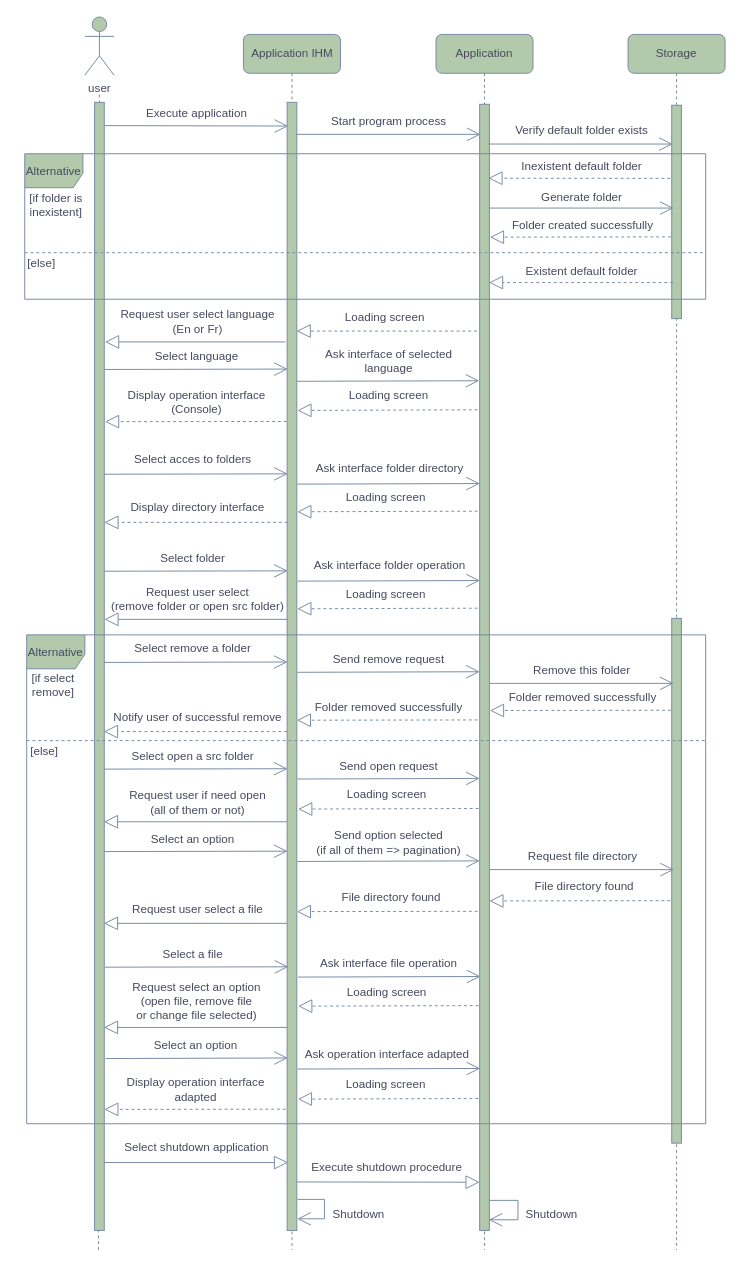
Above: page "Page-1" (1 of 3) of consult diagram.drawio in Weicheng178/UML (draw.io), before the change. Source tidied: cells renumbered, new cells numbered last; positions are measured from the earlier drawing's top-left corner, leaving out a move shared by most shapes. Both pictures are drawn from the tidied source at 97%, with x=0, y=0 at pixel (16, 16).
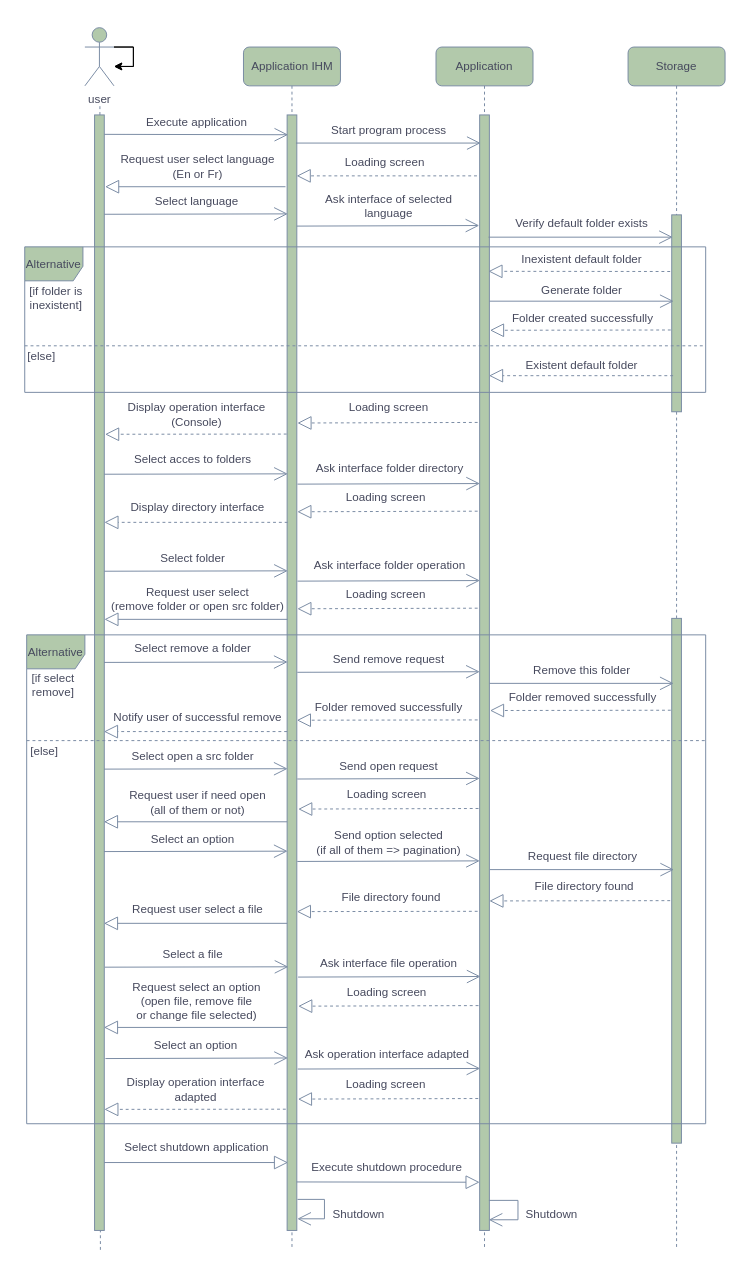
The same page after the edit.

What changed in the source:
```diff
@@
     <mxCell id="2" style="endArrow=none;dashed=1;html=1;rounded=1;strokeColor=#788AA3;fontColor=#46495D;" parent="1" edge="1">
       <mxGeometry relative="1" as="geometry">
-        <mxPoint x="84" y="1271" as="sourcePoint" />
-        <mxPoint x="85" y="78" as="targetPoint" />
+        <mxPoint x="86" y="1271" as="sourcePoint" />
+        <mxPoint x="85.5" y="91" as="targetPoint" />
       </mxGeometry>
     </mxCell>
     <mxCell id="3" value="&lt;span style=&quot;&quot;&gt;Application IHM&lt;/span&gt;" style="shape=umlLifeline;perimeter=lifelinePerimeter;whiteSpace=wrap;html=1;rounded=1;fillColor=#B2C9AB;strokeColor=#788AA3;fontColor=#46495D;" parent="1" vertex="1">
-      <mxGeometry x="233.5" y="18" width="100" height="1253" as="geometry" />
+      <mxGeometry x="233.5" y="31" width="100" height="1240" as="geometry" />
     </mxCell>
     <mxCell id="4" value="user" style="shape=umlActor;verticalLabelPosition=bottom;verticalAlign=top;html=1;rounded=1;fillColor=#B2C9AB;strokeColor=#788AA3;fontColor=#46495D;" parent="1" vertex="1">
-      <mxGeometry x="70" width="30" height="60" as="geometry" />
+      <mxGeometry x="70" y="11" width="30" height="60" as="geometry" />
     </mxCell>
     <mxCell id="5" value="&lt;span style=&quot;&quot;&gt;Application&lt;/span&gt;" style="shape=umlLifeline;perimeter=lifelinePerimeter;whiteSpace=wrap;html=1;rounded=1;fillColor=#B2C9AB;strokeColor=#788AA3;fontColor=#46495D;" parent="1" vertex="1">
-      <mxGeometry x="432" y="18" width="100" height="1253" as="geometry" />
+      <mxGeometry x="432" y="31" width="100" height="1240" as="geometry" />
     </mxCell>
     <mxCell id="6" value="&lt;span style=&quot;&quot;&gt;Storage&lt;/span&gt;" style="shape=umlLifeline;perimeter=lifelinePerimeter;whiteSpace=wrap;html=1;rounded=1;fillColor=#B2C9AB;strokeColor=#788AA3;fontColor=#46495D;" parent="1" vertex="1">
-      <mxGeometry x="630" y="18" width="100" height="1253" as="geometry" />
+      <mxGeometry x="630" y="31" width="100" height="1240" as="geometry" />
     </mxCell>
     <mxCell id="7" style="html=1;perimeter=orthogonalPerimeter;rounded=0;glass=0;labelBackgroundColor=none;fillStyle=auto;fillColor=#B2C9AB;strokeColor=#788AA3;fontColor=#46495D;" parent="1" vertex="1">
-      <mxGeometry x="80" y="88" width="10" height="1163" as="geometry" />
+      <mxGeometry x="80" y="101" width="10" height="1150" as="geometry" />
     </mxCell>
     <mxCell id="8" style="html=1;points=[];perimeter=orthogonalPerimeter;rounded=0;glass=0;labelBackgroundColor=none;fillStyle=auto;fillColor=#B2C9AB;strokeColor=#788AA3;fontColor=#46495D;" parent="1" vertex="1">
-      <mxGeometry x="278.5" y="88" width="10" height="1163" as="geometry" />
+      <mxGeometry x="278.5" y="101" width="10" height="1150" as="geometry" />
     </mxCell>
     <mxCell id="9" style="html=1;perimeter=orthogonalPerimeter;rounded=0;glass=0;labelBackgroundColor=none;fillStyle=auto;fillColor=#B2C9AB;strokeColor=#788AA3;fontColor=#46495D;" parent="1" vertex="1">
-      <mxGeometry x="477" y="90" width="10" height="1161" as="geometry" />
+      <mxGeometry x="477" y="101" width="10" height="1150" as="geometry" />
     </mxCell>
     <mxCell id="10" style="html=1;perimeter=orthogonalPerimeter;rounded=0;glass=0;labelBackgroundColor=none;fillStyle=auto;fillColor=#B2C9AB;strokeColor=#788AA3;fontColor=#46495D;" parent="1" vertex="1">
-      <mxGeometry x="675" y="91" width="10" height="220" as="geometry" />
+      <mxGeometry x="675" y="204" width="10" height="203" as="geometry" />
     </mxCell>
@@
     <mxCell id="20" style="endArrow=block;dashed=1;endFill=0;endSize=12;html=1;rounded=1;exitX=-0.161;exitY=0.058;exitDx=0;exitDy=0;exitPerimeter=0;strokeColor=#788AA3;fontColor=#46495D;" parent="1" edge="1">
       <mxGeometry relative="1" as="geometry">
-        <mxPoint x="673.4" y="166.4" as="sourcePoint" />
-        <mxPoint x="486" y="166.2" as="targetPoint" />
+        <mxPoint x="673.4" y="262.4" as="sourcePoint" />
+        <mxPoint x="486" y="262.2" as="targetPoint" />
       </mxGeometry>
     </mxCell>
     <mxCell id="21" style="endArrow=block;dashed=1;endFill=0;endSize=12;html=1;rounded=1;strokeColor=#788AA3;fontColor=#46495D;" parent="1" edge="1">
       <mxGeometry relative="1" as="geometry">
-        <mxPoint x="474.2" y="323.8" as="sourcePoint" />
-        <mxPoint x="288.3" y="323.8" as="targetPoint" />
+        <mxPoint x="474.2" y="163.8" as="sourcePoint" />
+        <mxPoint x="288.3" y="163.8" as="targetPoint" />
       </mxGeometry>
     </mxCell>
     <mxCell id="22" style="endArrow=open;endFill=1;endSize=12;html=1;rounded=1;targetPerimeterSpacing=-4;sourcePerimeterSpacing=3;strokeColor=#788AA3;fontColor=#46495D;" parent="1" edge="1">
       <mxGeometry relative="1" as="geometry">
-        <mxPoint x="487" y="197" as="sourcePoint" />
-        <mxPoint x="677" y="197" as="targetPoint" />
+        <mxPoint x="487" y="293" as="sourcePoint" />
+        <mxPoint x="677" y="293" as="targetPoint" />
       </mxGeometry>
     </mxCell>
     <mxCell id="23" style="endArrow=block;dashed=1;endFill=0;endSize=12;html=1;rounded=1;targetPerimeterSpacing=-4;sourcePerimeterSpacing=3;strokeColor=#788AA3;fontColor=#46495D;" parent="1" edge="1">
       <mxGeometry relative="1" as="geometry">
-        <mxPoint x="676.4" y="273.8" as="sourcePoint" />
-        <mxPoint x="486.6" y="273.8" as="targetPoint" />
+        <mxPoint x="676.4" y="369.8" as="sourcePoint" />
+        <mxPoint x="486.6" y="369.8" as="targetPoint" />
       </mxGeometry>
     </mxCell>
     <mxCell id="24" value="Execute application" style="text;html=1;align=center;verticalAlign=middle;strokeColor=none;fillColor=none;rounded=1;fontColor=#46495D;" parent="1" vertex="1">
-      <mxGeometry x="120" y="85" width="130" height="30" as="geometry" />
+      <mxGeometry x="120" y="94" width="130" height="30" as="geometry" />
     </mxCell>
-    <mxCell id="25" style="endArrow=open;endFill=1;endSize=12;html=1;rounded=1;entryX=0.118;entryY=0.021;entryDx=0;entryDy=0;entryPerimeter=0;strokeColor=#788AA3;fontColor=#46495D;" parent="1" edge="1" target="8">
+    <mxCell id="25" style="endArrow=open;endFill=1;endSize=12;html=1;rounded=1;entryX=0.118;entryY=0.021;entryDx=0;entryDy=0;entryPerimeter=0;strokeColor=#788AA3;fontColor=#46495D;" parent="1" edge="1">
       <mxGeometry relative="1" as="geometry">
-        <mxPoint x="90" y="112" as="sourcePoint" />
+        <mxPoint x="90" y="121" as="sourcePoint" />
+        <mxPoint x="279.6" y="121.4" as="targetPoint" />
       </mxGeometry>
     </mxCell>
     <mxCell id="26" value="Start program process" style="text;html=1;align=center;verticalAlign=middle;strokeColor=none;fillColor=none;rounded=1;fontColor=#46495D;" parent="1" vertex="1">
-      <mxGeometry x="313" y="93" width="140" height="30" as="geometry" />
+      <mxGeometry x="313" y="102" width="140" height="30" as="geometry" />
     </mxCell>
     <mxCell id="27" style="endArrow=open;endFill=1;endSize=12;html=1;rounded=1;exitX=0.913;exitY=0.022;exitDx=0;exitDy=0;exitPerimeter=0;strokeColor=#788AA3;fontColor=#46495D;" parent="1" edge="1">
       <mxGeometry relative="1" as="geometry">
-        <mxPoint x="287.6" y="121" as="sourcePoint" />
-        <mxPoint x="478" y="121" as="targetPoint" />
+        <mxPoint x="287.6" y="130" as="sourcePoint" />
+        <mxPoint x="478" y="130" as="targetPoint" />
       </mxGeometry>
     </mxCell>
     <mxCell id="28" style="endArrow=block;dashed=1;endFill=0;endSize=12;html=1;rounded=1;exitX=-0.125;exitY=0.144;exitDx=0;exitDy=0;exitPerimeter=0;strokeColor=#788AA3;fontColor=#46495D;" parent="1" edge="1">
       <mxGeometry relative="1" as="geometry">
-        <mxPoint x="278" y="417" as="sourcePoint" />
-        <mxPoint x="90.8" y="417.2" as="targetPoint" />
+        <mxPoint x="278" y="430" as="sourcePoint" />
+        <mxPoint x="90.8" y="430.2" as="targetPoint" />
       </mxGeometry>
     </mxCell>
     <mxCell id="29" value="Verify default folder exists" style="text;html=1;align=center;verticalAlign=middle;strokeColor=none;fillColor=none;rounded=1;fontColor=#46495D;" parent="1" vertex="1">
-      <mxGeometry x="501.5" y="102" width="160" height="30" as="geometry" />
+      <mxGeometry x="501.5" y="198" width="160" height="30" as="geometry" />
     </mxCell>
     <mxCell id="30" value="Alternative" style="shape=umlFrame;whiteSpace=wrap;html=1;width=60;height=35;fillColor=#B2C9AB;strokeColor=#788AA3;fontColor=#46495D;" parent="1" vertex="1">
-      <mxGeometry x="8" y="141" width="702" height="150" as="geometry" />
+      <mxGeometry x="8" y="237" width="702" height="150" as="geometry" />
     </mxCell>
     <mxCell id="31" value="Loading screen" style="text;html=1;align=center;verticalAlign=middle;strokeColor=none;fillColor=none;rounded=1;fontColor=#46495D;" parent="1" vertex="1">
-      <mxGeometry x="324" y="295" width="110" height="30" as="geometry" />
+      <mxGeometry x="324" y="135" width="110" height="30" as="geometry" />
     </mxCell>
     <mxCell id="32" value="[if folder is &lt;br&gt;inexistent]" style="text;html=1;align=center;verticalAlign=middle;strokeColor=none;fillColor=none;fontColor=#46495D;" parent="1" vertex="1">
-      <mxGeometry y="174" width="80" height="40" as="geometry" />
+      <mxGeometry y="270" width="80" height="40" as="geometry" />
     </mxCell>
     <mxCell id="33" value="[else]" style="text;html=1;align=center;verticalAlign=middle;strokeColor=none;fillColor=none;fontColor=#46495D;" parent="1" vertex="1">
-      <mxGeometry y="239" width="50" height="30" as="geometry" />
+      <mxGeometry y="335" width="50" height="30" as="geometry" />
     </mxCell>
     <mxCell id="34" value="Inexistent default folder" style="text;html=1;align=center;verticalAlign=middle;strokeColor=none;fillColor=none;rounded=1;fontColor=#46495D;" parent="1" vertex="1">
-      <mxGeometry x="507" y="139.2" width="150" height="30" as="geometry" />
+      <mxGeometry x="507" y="235.2" width="150" height="30" as="geometry" />
     </mxCell>
     <mxCell id="35" style="line;strokeWidth=1;fillColor=none;align=left;verticalAlign=middle;spacingTop=-1;spacingLeft=3;spacingRight=3;labelPosition=right;dashed=1;strokeColor=#788AA3;fontColor=#46495D;" parent="1" vertex="1">
-      <mxGeometry x="8" y="239" width="700" height="8" as="geometry" />
+      <mxGeometry x="8" y="335" width="700" height="8" as="geometry" />
     </mxCell>
     <mxCell id="36" value="Generate folder" style="text;html=1;align=center;verticalAlign=middle;strokeColor=none;fillColor=none;rounded=1;fontColor=#46495D;" parent="1" vertex="1">
-      <mxGeometry x="527.4" y="171" width="110" height="30" as="geometry" />
+      <mxGeometry x="527.4" y="267" width="110" height="30" as="geometry" />
     </mxCell>
     <mxCell id="37" value="Existent default folder" style="text;html=1;align=center;verticalAlign=middle;strokeColor=none;fillColor=none;rounded=1;fontColor=#46495D;" parent="1" vertex="1">
-      <mxGeometry x="511.5" y="248" width="140" height="30" as="geometry" />
+      <mxGeometry x="511.5" y="344" width="140" height="30" as="geometry" />
     </mxCell>
     <mxCell id="38" value="Display operation interface&lt;br&gt;(Console)" style="text;html=1;align=center;verticalAlign=middle;strokeColor=none;fillColor=none;rounded=1;fontColor=#46495D;" parent="1" vertex="1">
-      <mxGeometry x="100" y="377" width="170" height="40" as="geometry" />
+      <mxGeometry x="100" y="390" width="170" height="40" as="geometry" />
     </mxCell>
     <mxCell id="39" style="endArrow=open;endFill=1;endSize=12;html=1;rounded=1;targetPerimeterSpacing=-4;sourcePerimeterSpacing=3;strokeColor=#788AA3;fontColor=#46495D;" parent="1" edge="1">
       <mxGeometry relative="1" as="geometry">
-        <mxPoint x="486.1" y="131" as="sourcePoint" />
-        <mxPoint x="676.1" y="131" as="targetPoint" />
+        <mxPoint x="486.1" y="227" as="sourcePoint" />
+        <mxPoint x="676.1" y="227" as="targetPoint" />
       </mxGeometry>
     </mxCell>
     <mxCell id="40" style="endArrow=block;dashed=1;endFill=0;endSize=12;html=1;rounded=1;targetPerimeterSpacing=-4;sourcePerimeterSpacing=3;exitX=-0.099;exitY=0.603;exitDx=0;exitDy=0;exitPerimeter=0;strokeColor=#788AA3;fontColor=#46495D;" parent="1" edge="1">
       <mxGeometry relative="1" as="geometry">
-        <mxPoint x="674" y="226.7" as="sourcePoint" />
-        <mxPoint x="487.6" y="227" as="targetPoint" />
+        <mxPoint x="674" y="322.7" as="sourcePoint" />
+        <mxPoint x="487.6" y="323" as="targetPoint" />
       </mxGeometry>
     </mxCell>
     <mxCell id="41" value="Folder created successfully" style="text;html=1;align=center;verticalAlign=middle;strokeColor=none;fillColor=none;rounded=1;fontColor=#46495D;" parent="1" vertex="1">
-      <mxGeometry x="497.5" y="200" width="170" height="30" as="geometry" />
+      <mxGeometry x="497.5" y="296" width="170" height="30" as="geometry" />
     </mxCell>
     <mxCell id="42" value="Request user select language&lt;br&gt;(En or Fr)" style="text;html=1;align=center;verticalAlign=middle;strokeColor=none;fillColor=none;rounded=1;fontColor=#46495D;" parent="1" vertex="1">
-      <mxGeometry x="95.8" y="294" width="180" height="40" as="geometry" />
+      <mxGeometry x="95.8" y="134" width="180" height="40" as="geometry" />
     </mxCell>
     <mxCell id="43" style="endArrow=block;endFill=0;endSize=12;html=1;rounded=1;strokeColor=#788AA3;fontColor=#46495D;" parent="1" edge="1">
       <mxGeometry relative="1" as="geometry">
-        <mxPoint x="276.8" y="335" as="sourcePoint" />
-        <mxPoint x="90.8" y="335" as="targetPoint" />
+        <mxPoint x="276.8" y="175" as="sourcePoint" />
+        <mxPoint x="90.8" y="175" as="targetPoint" />
       </mxGeometry>
     </mxCell>
     <mxCell id="44" value="Select language" style="text;html=1;align=center;verticalAlign=middle;strokeColor=none;fillColor=none;rounded=1;fontColor=#46495D;" parent="1" vertex="1">
-      <mxGeometry x="130" y="335" width="110" height="30" as="geometry" />
+      <mxGeometry x="130" y="175" width="110" height="30" as="geometry" />
     </mxCell>
     <mxCell id="45" style="endArrow=open;endFill=1;endSize=12;html=1;rounded=1;entryX=0.071;entryY=0.165;entryDx=0;entryDy=0;entryPerimeter=0;strokeColor=#788AA3;fontColor=#46495D;" parent="1" edge="1">
       <mxGeometry relative="1" as="geometry">
-        <mxPoint x="90" y="363.4" as="sourcePoint" />
-        <mxPoint x="279.2" y="363" as="targetPoint" />
+        <mxPoint x="90" y="203.4" as="sourcePoint" />
+        <mxPoint x="279.2" y="203" as="targetPoint" />
       </mxGeometry>
     </mxCell>
     <mxCell id="46" value="Loading screen" style="text;html=1;align=center;verticalAlign=middle;strokeColor=none;fillColor=none;rounded=1;fontColor=#46495D;" parent="1" vertex="1">
-      <mxGeometry x="327.8" y="375" width="110" height="30" as="geometry" />
+      <mxGeometry x="327.8" y="388" width="110" height="30" as="geometry" />
     </mxCell>
     <mxCell id="47" style="endArrow=block;dashed=1;endFill=0;endSize=12;html=1;rounded=1;exitX=-0.211;exitY=0.186;exitDx=0;exitDy=0;exitPerimeter=0;strokeColor=#788AA3;fontColor=#46495D;" parent="1" edge="1">
       <mxGeometry relative="1" as="geometry">
-        <mxPoint x="474.9" y="405" as="sourcePoint" />
-        <mxPoint x="289.1" y="405.6" as="targetPoint" />
+        <mxPoint x="474.9" y="418" as="sourcePoint" />
+        <mxPoint x="289.1" y="418.6" as="targetPoint" />
       </mxGeometry>
     </mxCell>
     <mxCell id="48" style="endArrow=open;endFill=1;endSize=12;html=1;rounded=1;entryX=-0.083;entryY=0.173;entryDx=0;entryDy=0;entryPerimeter=0;strokeColor=#788AA3;fontColor=#46495D;" parent="1" edge="1">
       <mxGeometry relative="1" as="geometry">
-        <mxPoint x="288.5" y="375.6" as="sourcePoint" />
-        <mxPoint x="476.6" y="375" as="targetPoint" />
+        <mxPoint x="288.5" y="215.6" as="sourcePoint" />
+        <mxPoint x="476.6" y="215" as="targetPoint" />
       </mxGeometry>
     </mxCell>
     <mxCell id="49" value="Ask interface of selected &lt;br&gt;language" style="text;html=1;align=center;verticalAlign=middle;strokeColor=none;fillColor=none;rounded=1;fontColor=#46495D;" parent="1" vertex="1">
-      <mxGeometry x="307.8" y="335" width="150" height="40" as="geometry" />
+      <mxGeometry x="307.8" y="175" width="150" height="40" as="geometry" />
     </mxCell>
@@
+    <mxCell id="118" style="edgeStyle=orthogonalEdgeStyle;rounded=0;orthogonalLoop=1;jettySize=auto;html=1;" parent="1" edge="1" source="4" target="4">
+      <mxGeometry relative="1" as="geometry" />
+    </mxCell>
+    <mxCell id="119" style="edgeStyle=orthogonalEdgeStyle;rounded=0;orthogonalLoop=1;jettySize=auto;html=1;" parent="1" edge="1" source="4" target="4">
+      <mxGeometry relative="1" as="geometry" />
+    </mxCell>
```
